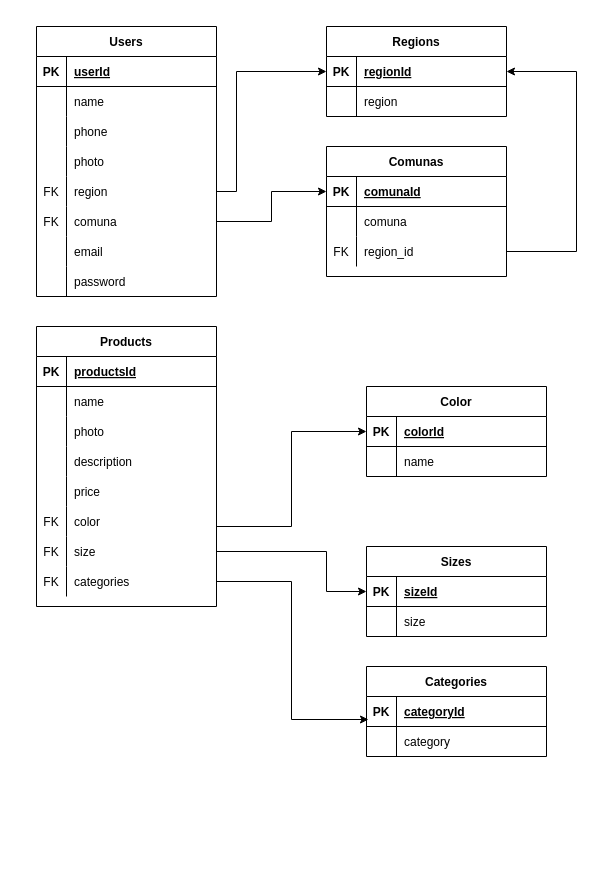
Earlier version of the draw.io diagram sumerce-y-ta/sumerce-y-ta.drawio (JairFonsecaP/grupo_4_sumerce_y_ta). Source tidied: cells renumbered, new cells numbered last; positions are measured from the earlier drawing's top-left corner, leaving out a move shared by most shapes. Both pictures are drawn from the tidied source at 100%, with x=0, y=0 at pixel (36, 26).
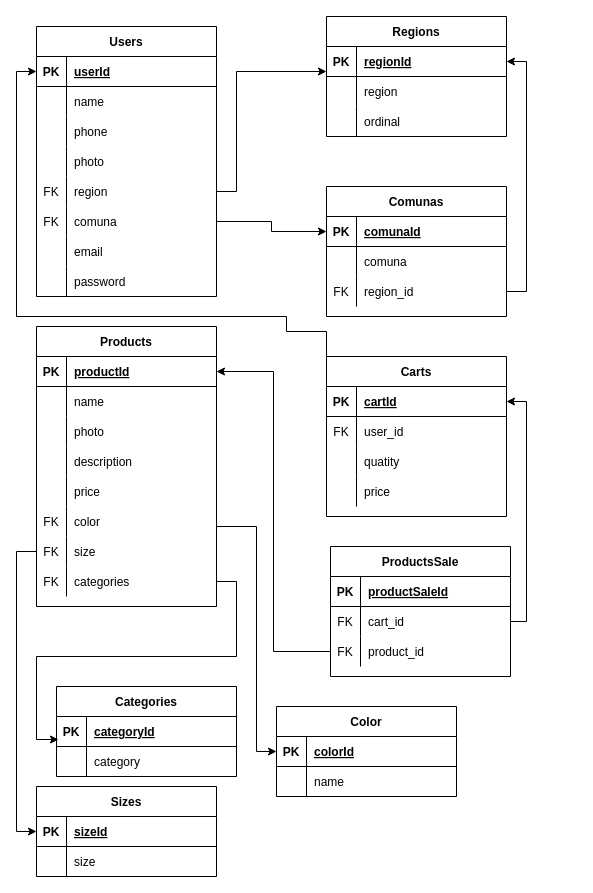
The same diagram, later.

Unchanged cells that the change refers to:
```xml
<mxCell id="35" style="shape=partialRectangle;fillColor=none;top=0;left=0;bottom=1;right=0;points=[[0,0.5],[1,0.5]];portConstraint=eastwest;" parent="34" vertex="1">
  <mxGeometry y="30" width="180" height="30" as="geometry" />
</mxCell>
<mxCell id="50" style="shape=partialRectangle;fillColor=none;top=0;left=0;bottom=0;right=0;points=[[0,0.5],[1,0.5]];portConstraint=eastwest;" parent="34" vertex="1">
  <mxGeometry y="180" width="180" height="30" as="geometry" />
</mxCell>
<mxCell id="53" style="shape=partialRectangle;fillColor=none;top=0;left=0;bottom=0;right=0;points=[[0,0.5],[1,0.5]];portConstraint=eastwest;" parent="34" vertex="1">
  <mxGeometry y="210" width="180" height="30" as="geometry" />
</mxCell>
<mxCell id="60" style="shape=partialRectangle;fillColor=none;top=0;left=0;bottom=1;right=0;points=[[0,0.5],[1,0.5]];portConstraint=eastwest;" parent="59" vertex="1">
  <mxGeometry y="30" width="180" height="30" as="geometry" />
</mxCell>
<mxCell id="69" style="shape=partialRectangle;fillColor=none;top=0;left=0;bottom=1;right=0;points=[[0,0.5],[1,0.5]];portConstraint=eastwest;" parent="68" vertex="1">
  <mxGeometry y="30" width="180" height="30" as="geometry" />
</mxCell>
<mxCell id="84" style="shape=partialRectangle;fillColor=none;top=0;left=0;bottom=1;right=0;points=[[0,0.5],[1,0.5]];portConstraint=eastwest;" parent="83" vertex="1">
  <mxGeometry y="30" width="180" height="30" as="geometry" />
</mxCell>
<mxCell id="97" style="shape=partialRectangle;fillColor=none;top=0;left=0;bottom=0;right=0;points=[[0,0.5],[1,0.5]];portConstraint=eastwest;" parent="90" vertex="1">
  <mxGeometry y="90" width="180" height="30" as="geometry" />
</mxCell>
```

The edit, as a diff of the source:
```diff
@@
-    <mxCell id="37" value="productsId" style="shape=partialRectangle;fillColor=none;top=0;left=0;bottom=0;right=0;align=left;spacingLeft=6;fontStyle=5;overflow=hidden;" parent="35" vertex="1">
+    <mxCell id="37" value="productId" style="shape=partialRectangle;fillColor=none;top=0;left=0;bottom=0;right=0;align=left;spacingLeft=6;fontStyle=5;overflow=hidden;" parent="35" vertex="1">
       <mxGeometry x="30" width="150" height="30" as="geometry" />
     </mxCell>
@@
     <mxCell id="59" value="Color" style="shape=table;startSize=30;childLayout=tableLayout;rowLines=0;fontStyle=1;align=center;" parent="1" vertex="1">
-      <mxGeometry x="330" y="360" width="180" height="90" as="geometry" />
+      <mxGeometry x="240" y="680" width="180" height="90" as="geometry" />
     </mxCell>
@@
     <mxCell id="66" style="edgeStyle=orthogonalEdgeStyle;rounded=0;jettySize=auto;html=1;entryX=0;entryY=0.5;entryDx=0;entryDy=0;exitX=1;exitY=0.5;exitDx=0;exitDy=0;" parent="1" edge="1" source="50" target="60">
       <mxGeometry relative="1" as="geometry">
         <Array as="points">
           <mxPoint x="180" y="500" />
-          <mxPoint x="255" y="500" />
-          <mxPoint x="255" y="405" />
+          <mxPoint x="220" y="500" />
         </Array>
       </mxGeometry>
     </mxCell>
     <mxCell id="67" style="edgeStyle=orthogonalEdgeStyle;rounded=0;jettySize=auto;html=1;entryX=0;entryY=0.5;entryDx=0;entryDy=0;" parent="1" edge="1" source="53" target="69">
       <mxGeometry relative="1" as="geometry">
         <Array as="points">
-          <mxPoint x="290" y="525" />
-          <mxPoint x="290" y="565" />
+          <mxPoint x="-20" y="525" />
         </Array>
       </mxGeometry>
     </mxCell>
     <mxCell id="68" value="Sizes" style="shape=table;startSize=30;childLayout=tableLayout;rowLines=0;fontStyle=1;align=center;fillColor=#ffffff;gradientColor=none;" parent="1" vertex="1">
-      <mxGeometry x="330" y="520" width="180" height="90" as="geometry" />
+      <mxGeometry y="760" width="180" height="90" as="geometry" />
     </mxCell>
@@
     <mxCell id="75" value="Categories" style="shape=table;startSize=30;childLayout=tableLayout;rowLines=0;fontStyle=1;align=center;fillColor=#ffffff;gradientColor=none;" parent="1" vertex="1">
-      <mxGeometry x="330" y="640" width="180" height="90" as="geometry" />
+      <mxGeometry x="20" y="660" width="180" height="90" as="geometry" />
     </mxCell>
@@
     <mxCell id="83" value="Regions" style="shape=table;startSize=30;childLayout=tableLayout;rowLines=0;fontStyle=1;align=center;fillColor=#ffffff;gradientColor=none;" parent="1" vertex="1">
-      <mxGeometry x="290" width="180" height="90" as="geometry" />
+      <mxGeometry x="290" y="-10" width="180" height="120" as="geometry" />
     </mxCell>
@@
+    <mxCell id="103" style="shape=partialRectangle;fillColor=none;top=0;left=0;bottom=0;right=0;" parent="83" vertex="1">
+      <mxGeometry y="90" width="180" height="30" as="geometry" />
+    </mxCell>
+    <mxCell id="104" style="shape=partialRectangle;fillColor=none;top=0;left=0;bottom=0;right=0;overflow=hidden;" parent="103" vertex="1">
+      <mxGeometry width="30" height="30" as="geometry" />
+    </mxCell>
+    <mxCell id="105" value="ordinal" style="shape=partialRectangle;fillColor=none;top=0;left=0;bottom=0;right=0;align=left;spacingLeft=6;overflow=hidden;" parent="103" vertex="1">
+      <mxGeometry x="30" width="150" height="30" as="geometry" />
+    </mxCell>
     <mxCell id="90" value="Comunas" style="shape=table;startSize=30;childLayout=tableLayout;rowLines=0;fontStyle=1;align=center;fillColor=#ffffff;gradientColor=none;" parent="1" vertex="1">
-      <mxGeometry x="290" y="120" width="180" height="130" as="geometry" />
+      <mxGeometry x="290" y="160" width="180" height="130" as="geometry" />
     </mxCell>
@@
-    <mxCell id="100" style="edgeStyle=orthogonalEdgeStyle;rounded=0;jettySize=auto;html=1;entryX=1;entryY=0.5;entryDx=0;entryDy=0;" parent="1" edge="1" source="97" target="84">
-      <mxGeometry relative="1" as="geometry">
-        <Array as="points">
-          <mxPoint x="540" y="225" />
-          <mxPoint x="540" y="45" />
-        </Array>
-      </mxGeometry>
-    </mxCell>
@@
+    <mxCell id="106" value="Carts" style="shape=table;startSize=30;childLayout=tableLayout;rowLines=0;fontStyle=1;align=center;fillColor=#ffffff;gradientColor=none;" parent="1" vertex="1">
+      <mxGeometry x="290" y="330" width="180" height="160" as="geometry" />
+    </mxCell>
+    <mxCell id="107" style="shape=partialRectangle;fillColor=none;top=0;left=0;bottom=1;right=0;points=[[0,0.5],[1,0.5]];portConstraint=eastwest;" parent="106" vertex="1">
+      <mxGeometry y="30" width="180" height="30" as="geometry" />
+    </mxCell>
+    <mxCell id="108" value="PK" style="shape=partialRectangle;fillColor=none;top=0;left=0;bottom=0;right=0;fontStyle=1;overflow=hidden;" parent="107" vertex="1">
+      <mxGeometry width="30" height="30" as="geometry" />
+    </mxCell>
+    <mxCell id="109" value="cartId" style="shape=partialRectangle;fillColor=none;top=0;left=0;bottom=0;right=0;align=left;spacingLeft=6;fontStyle=5;overflow=hidden;" parent="107" vertex="1">
+      <mxGeometry x="30" width="150" height="30" as="geometry" />
+    </mxCell>
+    <mxCell id="110" style="shape=partialRectangle;fillColor=none;top=0;left=0;bottom=0;right=0;points=[[0,0.5],[1,0.5]];portConstraint=eastwest;" parent="106" vertex="1">
+      <mxGeometry y="60" width="180" height="30" as="geometry" />
+    </mxCell>
+    <mxCell id="111" value="FK" style="shape=partialRectangle;fillColor=none;top=0;left=0;bottom=0;right=0;overflow=hidden;" parent="110" vertex="1">
+      <mxGeometry width="30" height="30" as="geometry" />
+    </mxCell>
+    <mxCell id="112" value="user_id" style="shape=partialRectangle;fillColor=none;top=0;left=0;bottom=0;right=0;align=left;spacingLeft=6;overflow=hidden;" parent="110" vertex="1">
+      <mxGeometry x="30" width="150" height="30" as="geometry" />
+    </mxCell>
+    <mxCell id="113" style="shape=partialRectangle;fillColor=none;top=0;left=0;bottom=0;right=0;" parent="106" vertex="1">
+      <mxGeometry y="90" width="180" height="30" as="geometry" />
+    </mxCell>
+    <mxCell id="114" style="shape=partialRectangle;fillColor=none;top=0;left=0;bottom=0;right=0;overflow=hidden;" parent="113" vertex="1">
+      <mxGeometry width="30" height="30" as="geometry" />
+    </mxCell>
+    <mxCell id="115" value="quatity" style="shape=partialRectangle;fillColor=none;top=0;left=0;bottom=0;right=0;align=left;spacingLeft=6;overflow=hidden;" parent="113" vertex="1">
+      <mxGeometry x="30" width="150" height="30" as="geometry" />
+    </mxCell>
+    <mxCell id="116" style="shape=partialRectangle;fillColor=none;top=0;left=0;bottom=0;right=0;" parent="106" vertex="1">
+      <mxGeometry y="120" width="180" height="30" as="geometry" />
+    </mxCell>
+    <mxCell id="117" style="shape=partialRectangle;fillColor=none;top=0;left=0;bottom=0;right=0;overflow=hidden;" parent="116" vertex="1">
+      <mxGeometry width="30" height="30" as="geometry" />
+    </mxCell>
+    <mxCell id="118" value="price" style="shape=partialRectangle;fillColor=none;top=0;left=0;bottom=0;right=0;align=left;spacingLeft=6;overflow=hidden;" parent="116" vertex="1">
+      <mxGeometry x="30" width="150" height="30" as="geometry" />
+    </mxCell>
+    <mxCell id="100" style="edgeStyle=orthogonalEdgeStyle;rounded=0;jettySize=auto;html=1;entryX=1;entryY=0.5;entryDx=0;entryDy=0;" parent="1" edge="1" source="97" target="84">
+      <mxGeometry relative="1" as="geometry">
+        <Array as="points">
+          <mxPoint x="490" y="265" />
+          <mxPoint x="490" y="35" />
+        </Array>
+      </mxGeometry>
+    </mxCell>
+    <mxCell id="119" style="edgeStyle=orthogonalEdgeStyle;rounded=0;jettySize=auto;html=1;exitX=0;exitY=0.5;exitDx=0;exitDy=0;" parent="1" edge="1" source="110">
+      <mxGeometry relative="1" as="geometry">
+        <mxPoint y="45" as="targetPoint" />
+        <Array as="points">
+          <mxPoint x="250" y="305" />
+          <mxPoint x="250" y="290" />
+          <mxPoint x="-20" y="290" />
+          <mxPoint x="-20" y="45" />
+        </Array>
+      </mxGeometry>
+    </mxCell>
+    <mxCell id="120" value="ProductsSale" style="shape=table;startSize=30;childLayout=tableLayout;rowLines=0;fontStyle=1;align=center;fillColor=#ffffff;gradientColor=none;" parent="1" vertex="1">
+      <mxGeometry x="294" y="520" width="180" height="130" as="geometry" />
+    </mxCell>
+    <mxCell id="121" style="shape=partialRectangle;fillColor=none;top=0;left=0;bottom=1;right=0;" parent="120" vertex="1">
+      <mxGeometry y="30" width="180" height="30" as="geometry" />
+    </mxCell>
+    <mxCell id="122" value="PK" style="shape=partialRectangle;fillColor=none;top=0;left=0;bottom=0;right=0;fontStyle=1;overflow=hidden;" parent="121" vertex="1">
+      <mxGeometry width="30" height="30" as="geometry" />
+    </mxCell>
+    <mxCell id="123" value="productSaleId" style="shape=partialRectangle;fillColor=none;top=0;left=0;bottom=0;right=0;align=left;spacingLeft=6;fontStyle=5;overflow=hidden;" parent="121" vertex="1">
+      <mxGeometry x="30" width="150" height="30" as="geometry" />
+    </mxCell>
+    <mxCell id="124" style="shape=partialRectangle;fillColor=none;top=0;left=0;bottom=0;right=0;points=[[0,0.5],[1,0.5]];portConstraint=eastwest;" parent="120" vertex="1">
+      <mxGeometry y="60" width="180" height="30" as="geometry" />
+    </mxCell>
+    <mxCell id="125" value="FK" style="shape=partialRectangle;fillColor=none;top=0;left=0;bottom=0;right=0;overflow=hidden;" parent="124" vertex="1">
+      <mxGeometry width="30" height="30" as="geometry" />
+    </mxCell>
+    <mxCell id="126" value="cart_id" style="shape=partialRectangle;fillColor=none;top=0;left=0;bottom=0;right=0;align=left;spacingLeft=6;overflow=hidden;" parent="124" vertex="1">
+      <mxGeometry x="30" width="150" height="30" as="geometry" />
+    </mxCell>
+    <mxCell id="127" style="shape=partialRectangle;fillColor=none;top=0;left=0;bottom=0;right=0;points=[[0,0.5],[1,0.5]];portConstraint=eastwest;" parent="120" vertex="1">
+      <mxGeometry y="90" width="180" height="30" as="geometry" />
+    </mxCell>
+    <mxCell id="128" value="FK" style="shape=partialRectangle;fillColor=none;top=0;left=0;bottom=0;right=0;overflow=hidden;" parent="127" vertex="1">
+      <mxGeometry width="30" height="30" as="geometry" />
+    </mxCell>
+    <mxCell id="129" value="product_id" style="shape=partialRectangle;fillColor=none;top=0;left=0;bottom=0;right=0;align=left;spacingLeft=6;overflow=hidden;" parent="127" vertex="1">
+      <mxGeometry x="30" width="150" height="30" as="geometry" />
+    </mxCell>
+    <mxCell id="130" style="edgeStyle=orthogonalEdgeStyle;rounded=0;jettySize=auto;html=1;entryX=1;entryY=0.5;entryDx=0;entryDy=0;" parent="1" edge="1" source="124" target="107">
+      <mxGeometry relative="1" as="geometry">
+        <Array as="points">
+          <mxPoint x="490" y="595" />
+          <mxPoint x="490" y="375" />
+        </Array>
+      </mxGeometry>
+    </mxCell>
+    <mxCell id="131" style="edgeStyle=orthogonalEdgeStyle;rounded=0;jettySize=auto;html=1;entryX=1;entryY=0.5;entryDx=0;entryDy=0;" parent="1" edge="1" source="127" target="35">
+      <mxGeometry relative="1" as="geometry" />
+    </mxCell>
```
